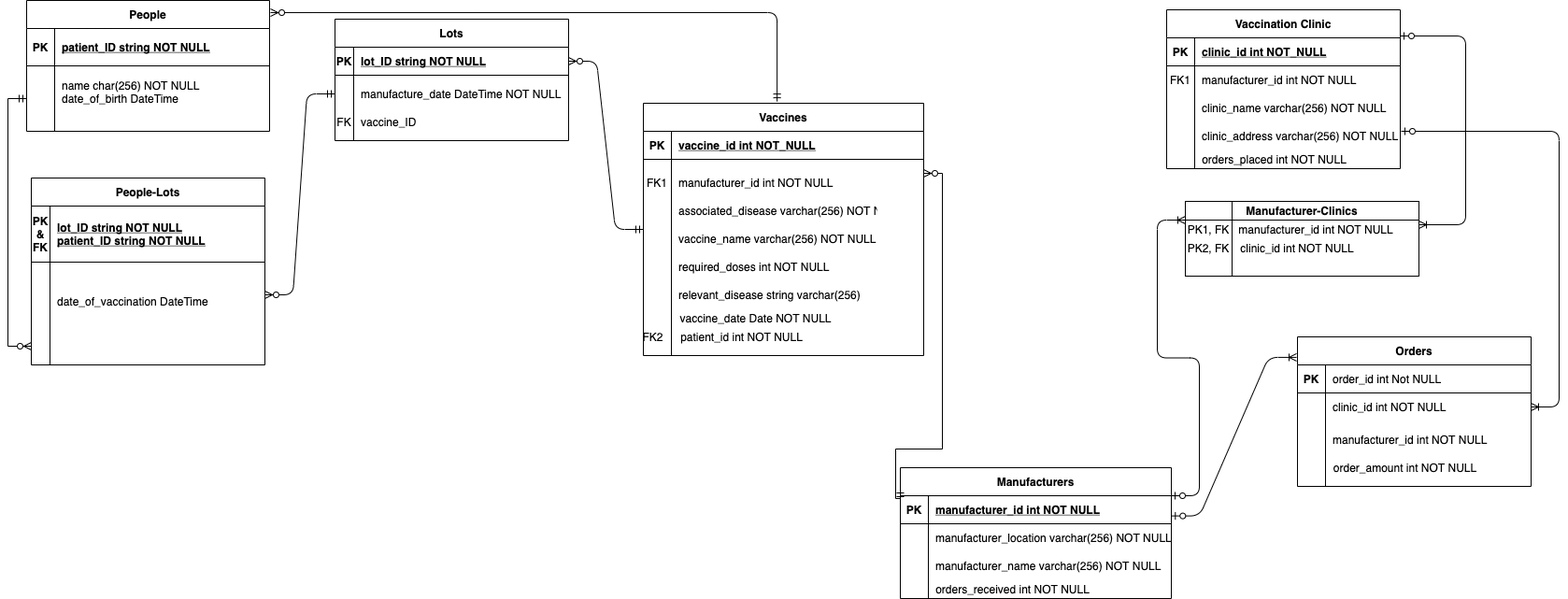
Earlier version of the draw.io export Documentation_And_Diagrams/Combined_ER_DIagram.png (MaxBielstein/Health-Department-SOFT161). Source tidied: cells renumbered, new cells last; positions are measured from the earlier drawing's top-left corner, leaving out a move shared by most shapes.
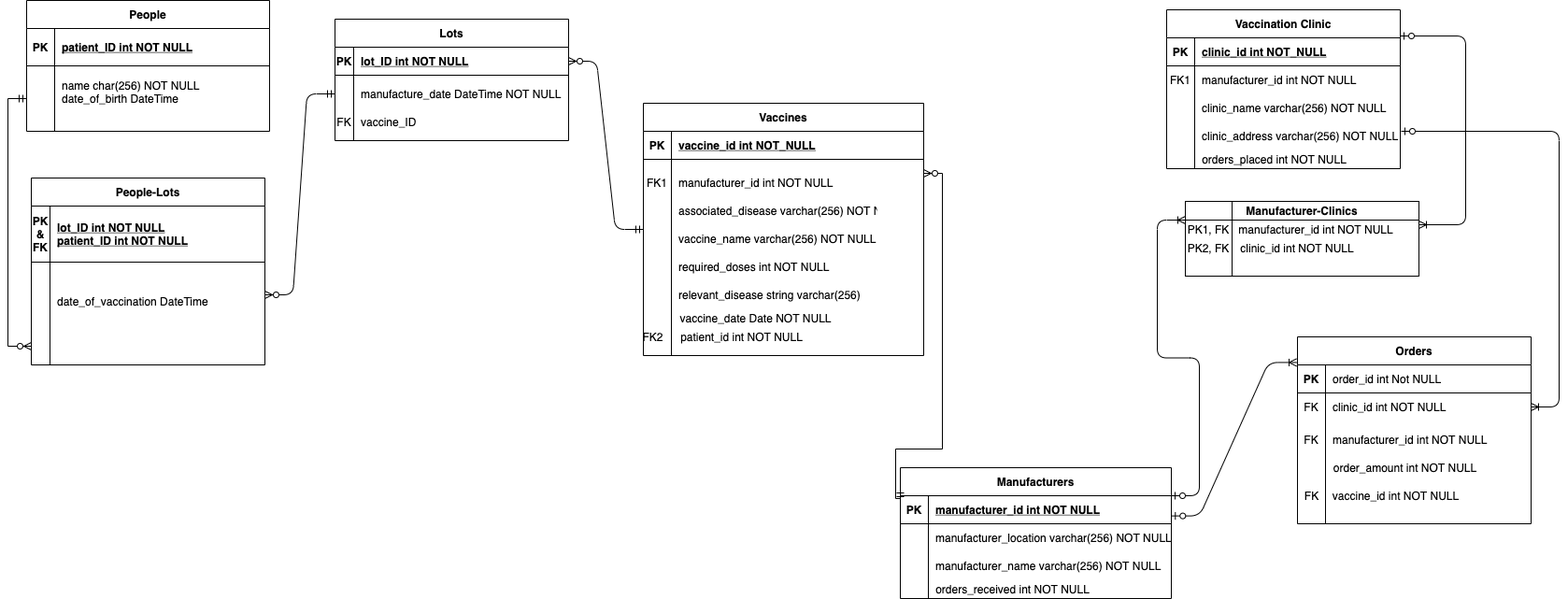
Above is the later version.

Commit message:
Updated Combined ER diagram.

The edit, as a diff of the source:
```diff
@@ -17,7 +17,7 @@
     <mxCell id="6" value="PK" style="shape=partialRectangle;overflow=hidden;fillColor=none;top=0;left=0;bottom=0;right=0;fontStyle=1;" parent="5" vertex="1">
       <mxGeometry width="20" height="30" as="geometry" />
     </mxCell>
-    <mxCell id="7" value="lot_ID string NOT NULL" style="shape=partialRectangle;overflow=hidden;fillColor=none;top=0;left=0;bottom=0;right=0;align=left;spacingLeft=6;fontStyle=5;" parent="5" vertex="1">
+    <mxCell id="7" value="lot_ID int NOT NULL" style="shape=partialRectangle;overflow=hidden;fillColor=none;top=0;left=0;bottom=0;right=0;align=left;spacingLeft=6;fontStyle=5;" parent="5" vertex="1">
       <mxGeometry x="20" width="230" height="30" as="geometry" />
     </mxCell>
     <mxCell id="8" style="shape=partialRectangle;fillColor=none;points=[[0,0.5],[1,0.5]];portConstraint=eastwest;top=0;left=0;right=0;bottom=0;" parent="4" vertex="1">
@@ -47,7 +47,7 @@
     <mxCell id="16" value="PK" style="shape=partialRectangle;overflow=hidden;fillColor=none;top=0;left=0;bottom=0;right=0;fontStyle=1;" parent="15" vertex="1">
       <mxGeometry width="30" height="40" as="geometry" />
     </mxCell>
-    <mxCell id="17" value="patient_ID string NOT NULL" style="shape=partialRectangle;overflow=hidden;fillColor=none;top=0;left=0;bottom=0;right=0;align=left;spacingLeft=6;fontStyle=5;" parent="15" vertex="1">
+    <mxCell id="17" value="patient_ID int NOT NULL" style="shape=partialRectangle;overflow=hidden;fillColor=none;top=0;left=0;bottom=0;right=0;align=left;spacingLeft=6;fontStyle=5;" parent="15" vertex="1">
       <mxGeometry x="30" width="230" height="40" as="geometry" />
     </mxCell>
     <mxCell id="18" style="shape=partialRectangle;fillColor=none;points=[[0,0.5],[1,0.5]];portConstraint=eastwest;top=0;left=0;right=0;bottom=0;" parent="14" vertex="1">
@@ -68,7 +68,7 @@
     <mxCell id="23" value="PK&#10;&amp;&#10;FK" style="shape=partialRectangle;overflow=hidden;fillColor=none;top=0;left=0;bottom=0;right=0;fontStyle=1;" parent="22" vertex="1">
       <mxGeometry width="20" height="60" as="geometry" />
     </mxCell>
-    <mxCell id="24" value="lot_ID string NOT NULL&#10;patient_ID string NOT NULL" style="shape=partialRectangle;overflow=hidden;fillColor=none;top=0;left=0;bottom=0;right=0;align=left;spacingLeft=6;fontStyle=5;" parent="22" vertex="1">
+    <mxCell id="24" value="lot_ID int NOT NULL&#10;patient_ID int NOT NULL" style="shape=partialRectangle;overflow=hidden;fillColor=none;top=0;left=0;bottom=0;right=0;align=left;spacingLeft=6;fontStyle=5;" parent="22" vertex="1">
       <mxGeometry x="20" width="230" height="60" as="geometry" />
     </mxCell>
     <mxCell id="25" style="shape=partialRectangle;fillColor=none;points=[[0,0.5],[1,0.5]];portConstraint=eastwest;top=0;left=0;right=0;bottom=0;" parent="21" vertex="1">
@@ -192,6 +192,7 @@
           <mxPoint x="980" y="480" />
           <mxPoint x="930" y="480" />
           <mxPoint x="930" y="533" />
+          <mxPoint x="935" y="533" />
         </Array>
       </mxGeometry>
     </mxCell>
@@ -251,15 +252,8 @@
     <mxCell id="79" value="FK2" style="text;html=1;align=center;verticalAlign=middle;" parent="1" vertex="1">
       <mxGeometry x="650" y="350" width="40" height="20" as="geometry" />
     </mxCell>
-    <mxCell id="80" style="edgeStyle=orthogonalEdgeStyle;endArrow=ERmandOne;startArrow=ERzeroToMany;endFill=0;startFill=1;entryX=0.477;entryY=-0.007;entryDx=0;entryDy=0;entryPerimeter=0;exitX=1.004;exitY=0.093;exitDx=0;exitDy=0;exitPerimeter=0;" parent="1" edge="1" source="14" target="52">
-      <mxGeometry relative="1" as="geometry">
-        <Array as="points">
-          <mxPoint x="803" y="13" />
-        </Array>
-      </mxGeometry>
-    </mxCell>
     <mxCell id="81" value="Orders" style="shape=table;startSize=30;rowLines=0;fontStyle=1;align=center;" parent="1" vertex="1">
-      <mxGeometry x="1360" y="360" width="250" height="160" as="geometry" />
+      <mxGeometry x="1360" y="360" width="250" height="200" as="geometry" />
     </mxCell>
     <mxCell id="82" style="shape=partialRectangle;fillColor=none;top=0;left=0;right=0;bottom=1;" parent="81" vertex="1">
       <mxGeometry y="30" width="250" height="30" as="geometry" />
@@ -273,7 +267,7 @@
     <mxCell id="85" style="shape=partialRectangle;fillColor=none;points=[[0,0.5],[1,0.5]];portConstraint=eastwest;top=0;left=0;right=0;bottom=0;" parent="81" vertex="1">
       <mxGeometry y="60" width="250" height="30" as="geometry" />
     </mxCell>
-    <mxCell id="86" style="shape=partialRectangle;overflow=hidden;fillColor=none;top=0;left=0;bottom=0;right=0;" parent="85" vertex="1">
+    <mxCell id="86" value="FK" style="shape=partialRectangle;overflow=hidden;fillColor=none;top=0;left=0;bottom=0;right=0;" parent="85" vertex="1">
       <mxGeometry width="30" height="30" as="geometry" />
     </mxCell>
     <mxCell id="87" value="clinic_id int NOT NULL" style="shape=partialRectangle;overflow=hidden;fillColor=none;top=0;left=0;bottom=0;right=0;align=left;spacingLeft=6;" parent="85" vertex="1">
@@ -282,7 +276,7 @@
     <mxCell id="88" style="shape=partialRectangle;fillColor=none;top=0;left=0;right=0;bottom=0;" parent="81" vertex="1">
       <mxGeometry y="90" width="250" height="40" as="geometry" />
     </mxCell>
-    <mxCell id="89" style="shape=partialRectangle;overflow=hidden;fillColor=none;top=0;left=0;bottom=0;right=0;" parent="88" vertex="1">
+    <mxCell id="89" value="FK" style="shape=partialRectangle;overflow=hidden;fillColor=none;top=0;left=0;bottom=0;right=0;" parent="88" vertex="1">
       <mxGeometry width="30" height="40" as="geometry" />
     </mxCell>
     <mxCell id="90" value="manufacturer_id int NOT NULL" style="shape=partialRectangle;overflow=hidden;fillColor=none;top=0;left=0;bottom=0;right=0;align=left;spacingLeft=6;" parent="88" vertex="1">
@@ -309,5 +303,11 @@
     <mxCell id="95" value="order_amount int NOT NULL" style="text;html=1;align=center;verticalAlign=middle;" parent="1" vertex="1">
       <mxGeometry x="1390" y="490" width="170" height="20" as="geometry" />
     </mxCell>
+    <mxCell id="96" value="vaccine_id int NOT NULL" style="text;html=1;align=center;verticalAlign=middle;" parent="1" vertex="1">
+      <mxGeometry x="1390" y="520" width="150" height="20" as="geometry" />
+    </mxCell>
+    <mxCell id="97" value="FK" style="text;html=1;align=center;verticalAlign=middle;" parent="1" vertex="1">
+      <mxGeometry x="1360" y="520" width="30" height="20" as="geometry" />
+    </mxCell>
   </root>
 </mxGraphModel>
```
